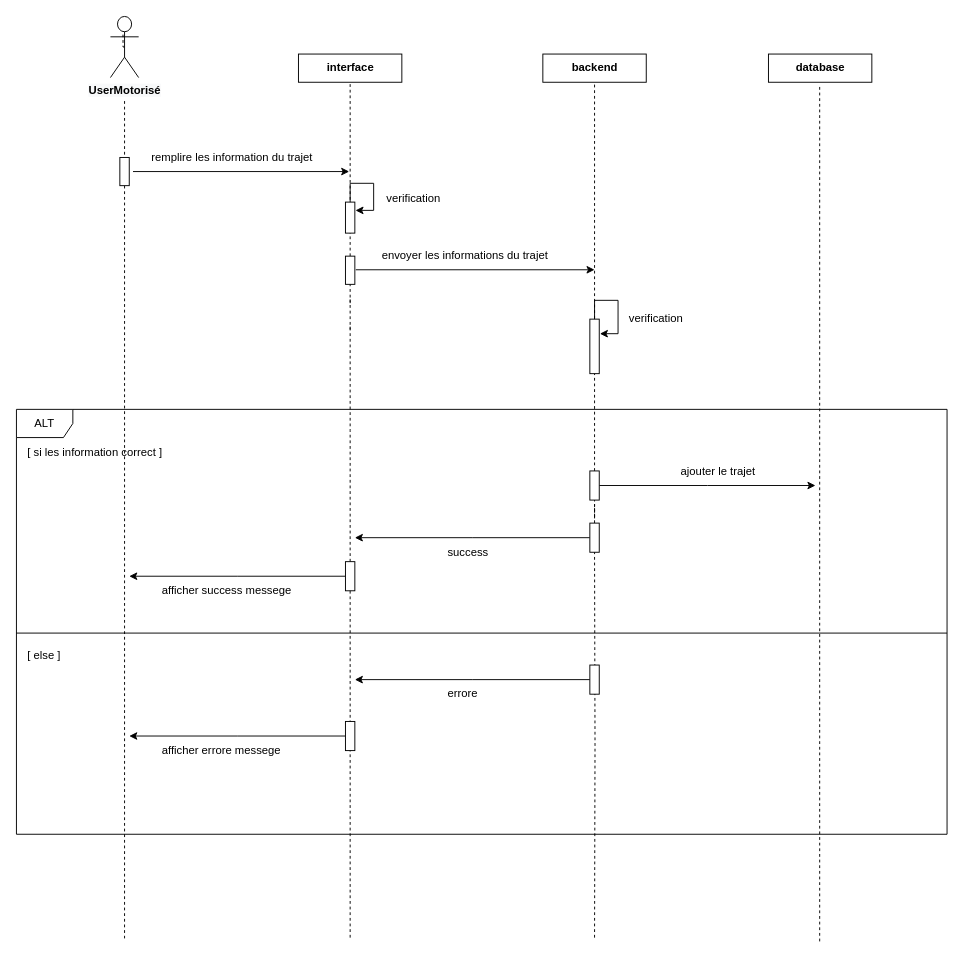
Before: UML/Sequence/authentification.drawio in HoussamEddineLamzoudi/fileRouge, a draw.io diagram. Source tidied: cells renumbered, new cells numbered last; positions are measured from the earlier drawing's top-left corner, leaving out a move shared by most shapes. Both pictures are drawn from the tidied source at 94%, with x=0, y=0 at pixel (16, 16).
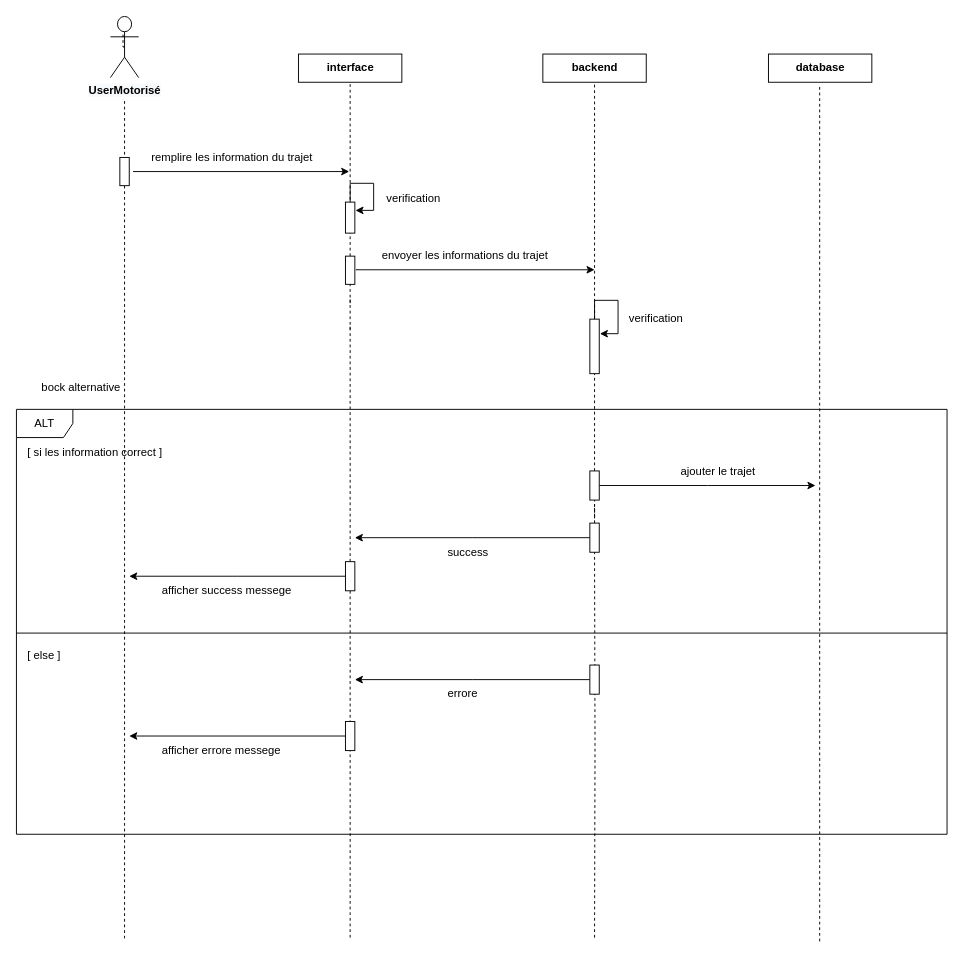
Above is the later version.

Diff of the diagram source:
```diff
@@
+    <mxCell id="49" value="bock alternative" style="text;html=1;align=left;verticalAlign=top;spacingTop=-4;" parent="1" vertex="1">
+      <mxGeometry x="25" y="385" width="100" height="20" as="geometry" />
+    </mxCell>
```
